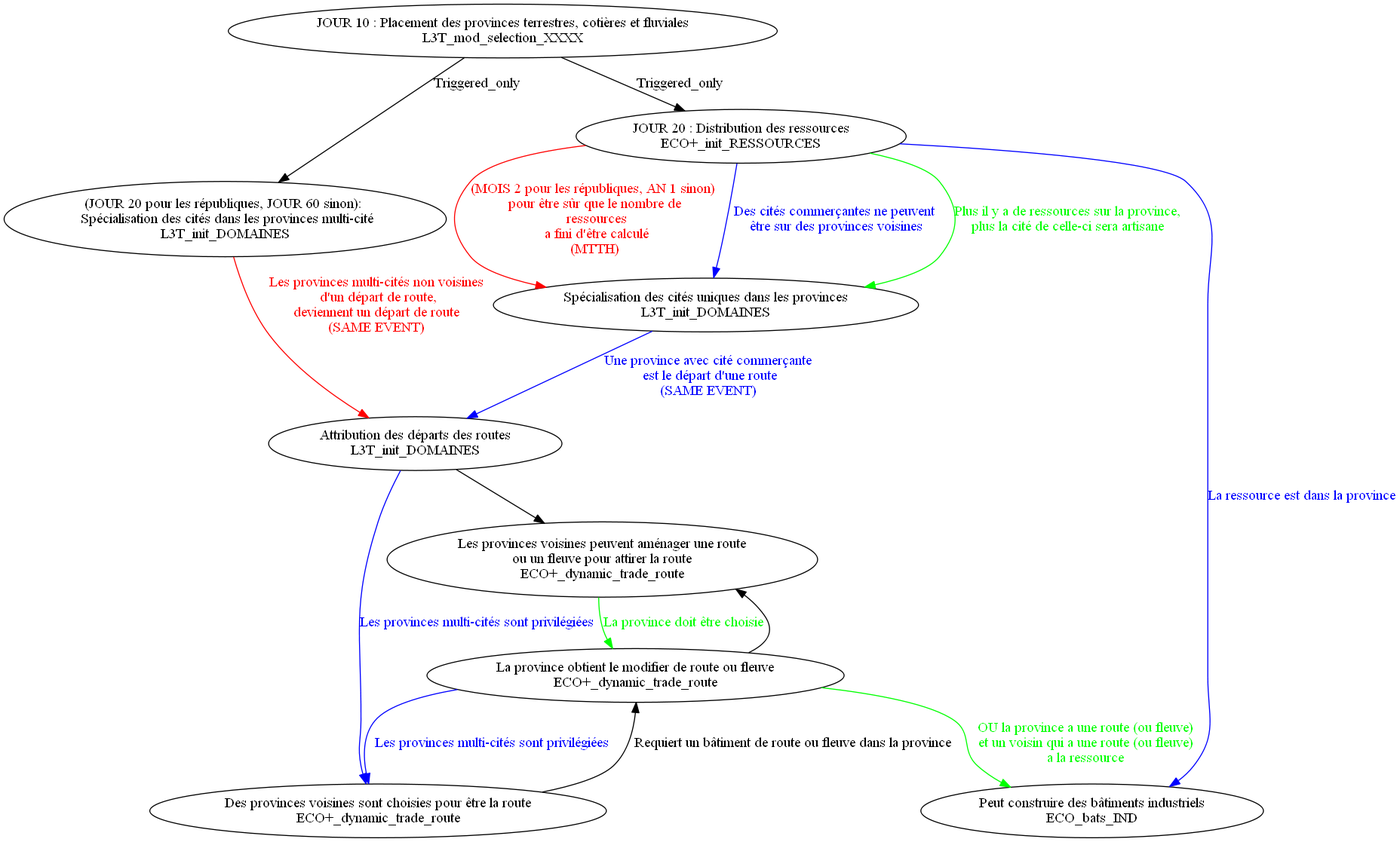
Before: DESIGN/ECO.png, a diagram exported from Graphviz (ArkoG/L3T). Its source is kept beside it as DESIGN/ECO.gv. The source it was exported from:
```dot
digraph G {
	node [shape=ellipse];
		{node [label="JOUR 10 : Placement des provinces terrestres, cotières et fluviales\nL3T_mod_selection_XXXX"] n0;};
		{node [label="JOUR 20 : Distribution des ressources\nECO+_init_RESSOURCES"] n1;};
		{node [label="(JOUR 20 pour les républiques, JOUR 60 sinon): \n Spécialisation des cités dans les provinces multi-cité\nL3T_init_DOMAINES"] n2;};
		{node [label="Spécialisation des cités uniques dans les provinces\nL3T_init_DOMAINES"] n4;};
		{node [label="Attribution des départs des routes\nL3T_init_DOMAINES"] n5;};
		{node [label="Les provinces voisines peuvent aménager une route\nou un fleuve pour attirer la route\nECO+_dynamic_trade_route"] n6;};
		{node [label="Des provinces voisines sont choisies pour être la route\nECO+_dynamic_trade_route"] n7;};
		{node [label="La province obtient le modifier de route ou fleuve\nECO+_dynamic_trade_route"] n8;};
		{node [label="Peut construire des bâtiments industriels\nECO_bats_IND"] n9;};

	n0 -> n1 [label="Triggered_only"]
	n0 -> n2 [label="Triggered_only"]
	n1 -> n4  [label="(MOIS 2 pour les républiques, AN 1 sinon) \n pour être sûr que le nombre de \n ressources\n a fini d'être calculé\n(MTTH)",len=1.00, fontcolor=red, color=red]
	n1 -> n4  [label="Des cités commerçantes ne peuvent\n être sur des provinces voisines",len=1.00, fontcolor=blue, color=blue]
	n1 -> n4  [label="Plus il y a de ressources sur la province,\nplus la cité de celle-ci sera artisane",len=1.00, fontcolor=green, color=green]
	n2 -> n5 [label="Les provinces multi-cités non voisines\n d'un départ de route,\ndeviennent un départ de route\n(SAME EVENT)",len=1.00, fontcolor=red, color=red]
	n4 -> n5 [label="Une province avec cité commerçante\n est le départ d'une route\n(SAME EVENT)",len=1.00, fontcolor=blue, color=blue]
	n5 -> n6
	n5 -> n7 [label="Les provinces multi-cités sont privilégiées",len=1.00, fontcolor=blue, color=blue]
	n6 -> n8 [label="La province doit être choisie",len=1.00, fontcolor=green, color=green]
	n7 -> n8 [label="Requiert un bâtiment de route ou fleuve dans la province"]
	n8 -> n6
	n8 -> n7 [label="Les provinces multi-cités sont privilégiées",len=1.00, fontcolor=blue, color=blue]
	n1 -> n9 [label="La ressource est dans la province",len=1.00, fontcolor=blue, color=blue]
	n8 -> n9 [label="OU la province a une route (ou fleuve)\net un voisin qui a une route (ou fleuve)\na la ressource",len=1.00, fontcolor=green, color=green]

}
```
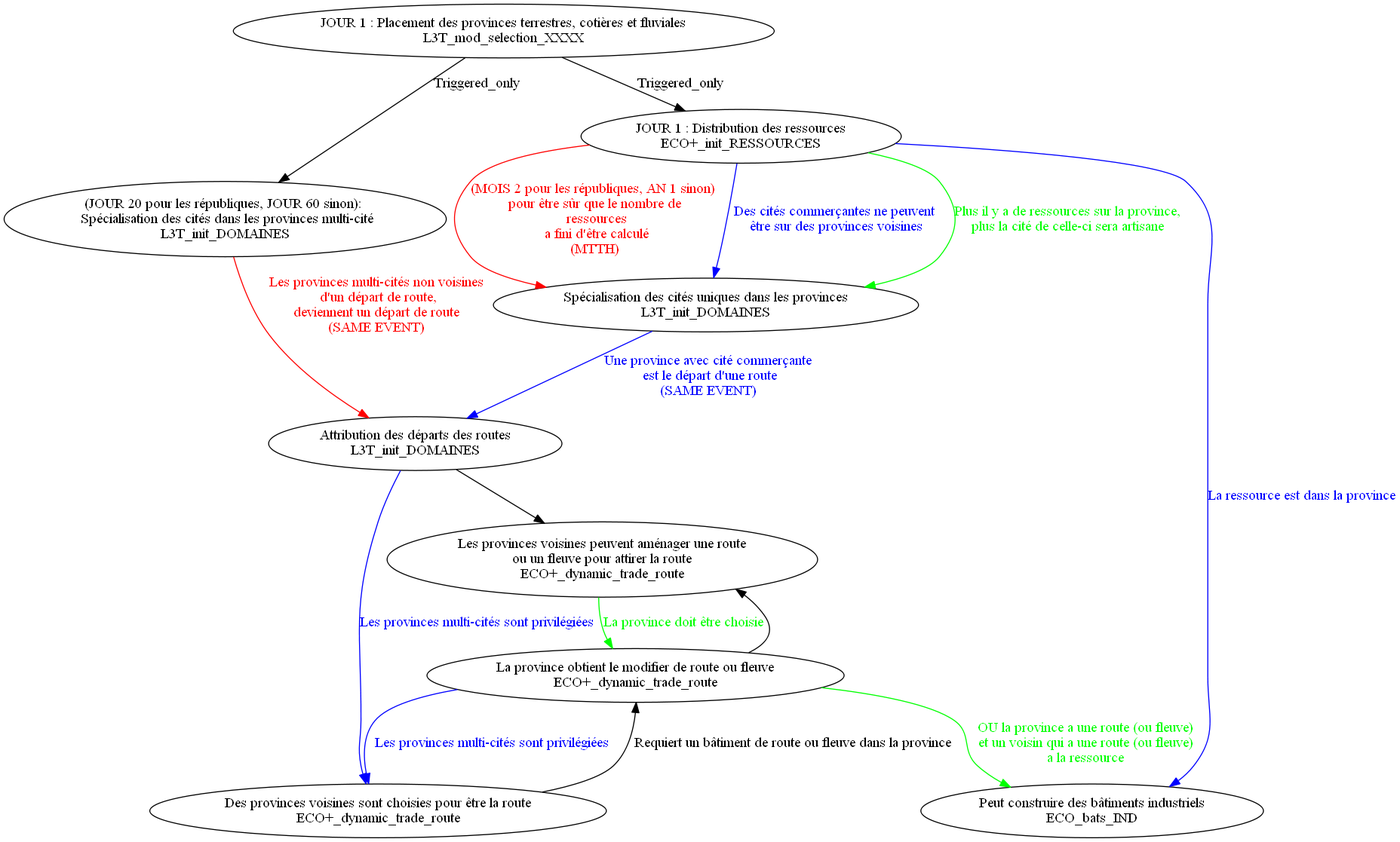
Later version of the same file.

Commit message:
Update ECO schema

What changed in the source:
```diff
@@ -1,7 +1,7 @@
 digraph G {
 	node [shape=ellipse];
-		{node [label="JOUR 10 : Placement des provinces terrestres, cotières et fluviales\nL3T_mod_selection_XXXX"] n0;};
-		{node [label="JOUR 20 : Distribution des ressources\nECO+_init_RESSOURCES"] n1;};
+		{node [label="JOUR 1 : Placement des provinces terrestres, cotières et fluviales\nL3T_mod_selection_XXXX"] n0;};
+		{node [label="JOUR 1 : Distribution des ressources\nECO+_init_RESSOURCES"] n1;};
 		{node [label="(JOUR 20 pour les républiques, JOUR 60 sinon): \n Spécialisation des cités dans les provinces multi-cité\nL3T_init_DOMAINES"] n2;};
 		{node [label="Spécialisation des cités uniques dans les provinces\nL3T_init_DOMAINES"] n4;};
 		{node [label="Attribution des départs des routes\nL3T_init_DOMAINES"] n5;};
```
